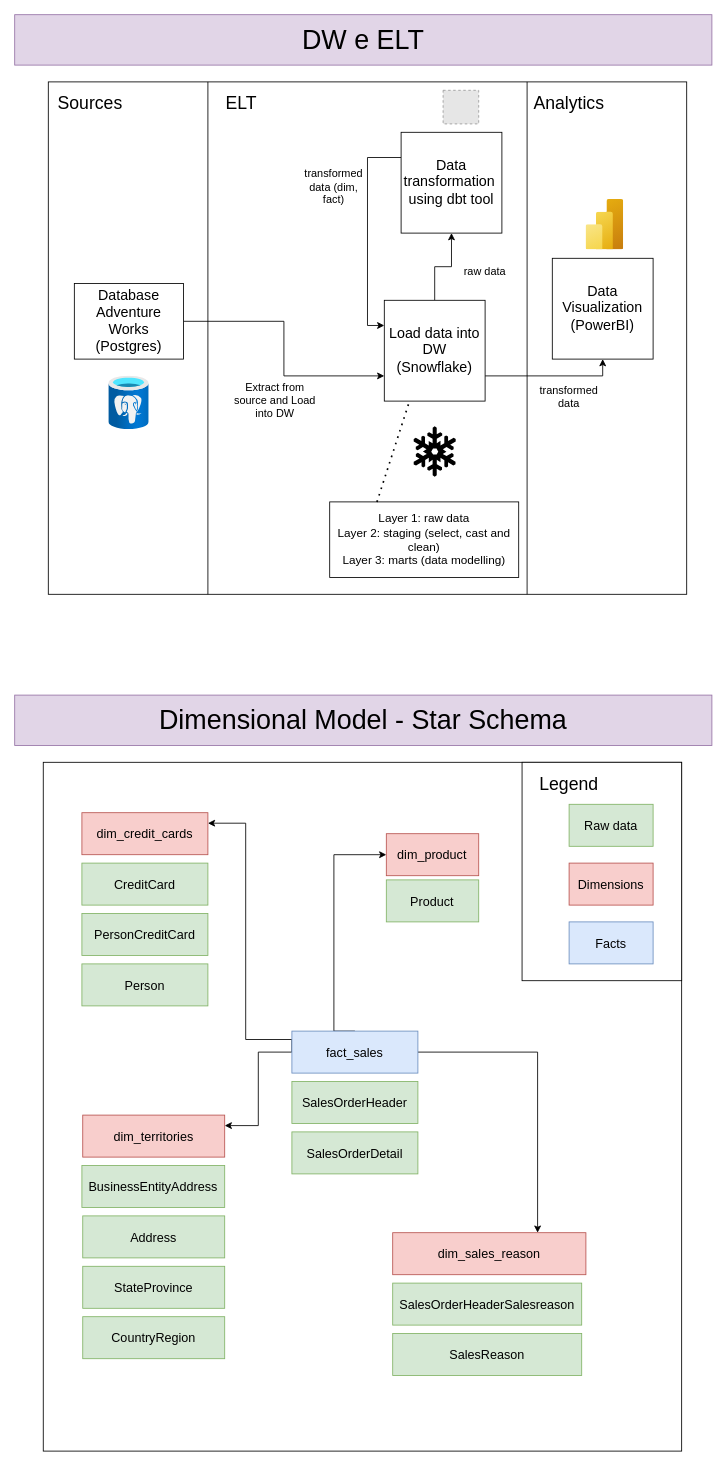
Before: conceptual_model.drawio in willianmenegatt/adventure-works, a draw.io diagram. Source tidied: cells renumbered, new cells numbered last; positions are measured from the earlier drawing's top-left corner, leaving out a move shared by most shapes. Both pictures are drawn from the tidied source at 84%, with x=0, y=0 at pixel (14, 14). Pictures stored in the file or linked from it are replaced by grey dashed boxes.
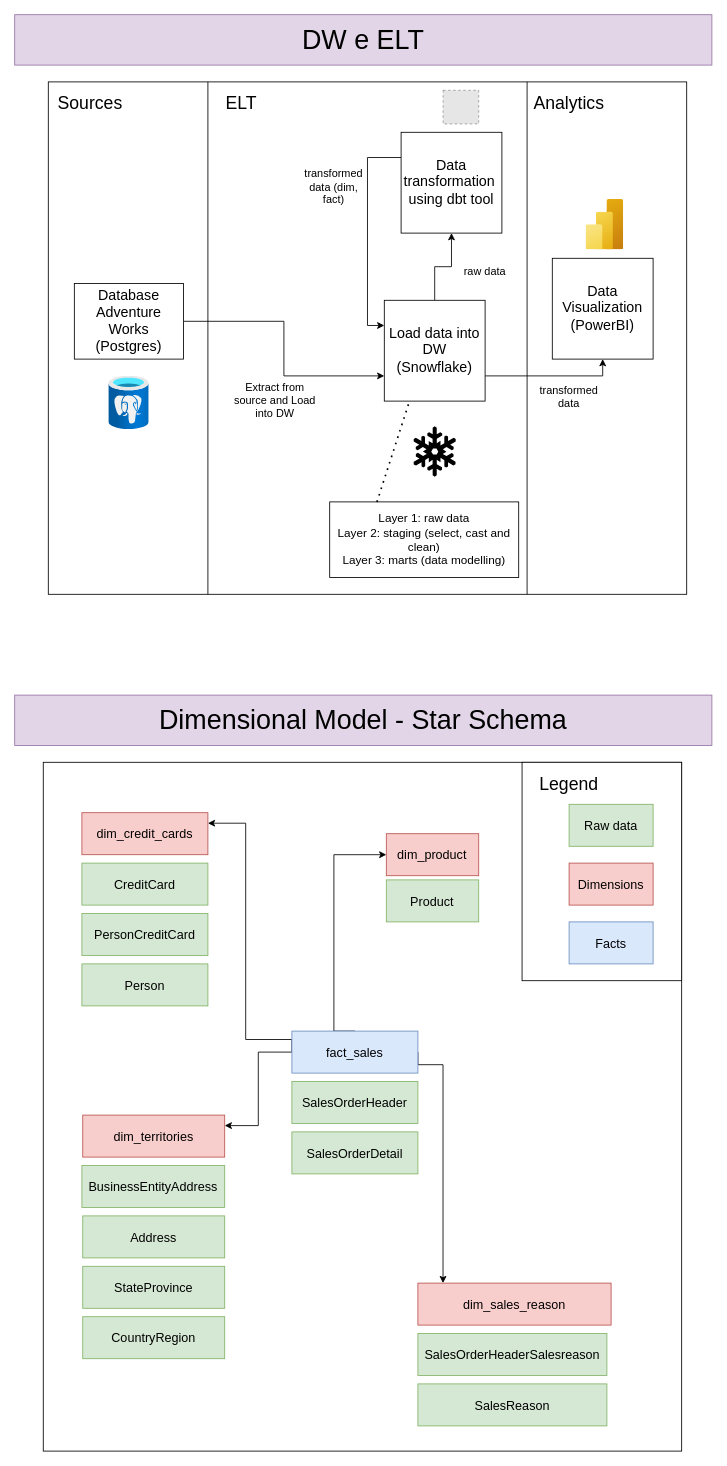
After the change.

Unchanged cells that the change refers to:
```xml
<mxCell id="38" value="fact_sales" style="html=1;dashed=0;whiteSpace=wrap;fontSize=15;fillColor=#dae8fc;strokeColor=#6c8ebf;" parent="1" vertex="1">
  <mxGeometry x="330" y="1210" width="150" height="50" as="geometry" />
</mxCell>
```

The edit, as a diff of the source:
```diff
@@
-    <mxCell id="37" style="edgeStyle=orthogonalEdgeStyle;rounded=0;jettySize=auto;html=1;exitX=1;exitY=0.5;exitDx=0;exitDy=0;entryX=0.75;entryY=0;entryDx=0;entryDy=0;" parent="1" edge="1" source="38" target="44">
-      <mxGeometry relative="1" as="geometry" />
+    <mxCell id="37" style="edgeStyle=orthogonalEdgeStyle;rounded=0;jettySize=auto;html=1;exitX=1;exitY=0.5;exitDx=0;exitDy=0;entryX=0.13;entryY=0;entryDx=0;entryDy=0;entryPerimeter=0;" parent="1" edge="1" source="38" target="44">
+      <mxGeometry relative="1" as="geometry">
+        <Array as="points">
+          <mxPoint x="480" y="1250" />
+          <mxPoint x="510" y="1250" />
+        </Array>
+      </mxGeometry>
     </mxCell>
@@
     <mxCell id="44" value="dim_sales_reason" style="html=1;dashed=0;whiteSpace=wrap;fontSize=15;fillColor=#f8cecc;strokeColor=#b85450;" parent="1" vertex="1">
-      <mxGeometry x="450" y="1450" width="230" height="50" as="geometry" />
+      <mxGeometry x="480" y="1510" width="230" height="50" as="geometry" />
     </mxCell>
     <mxCell id="45" value="SalesOrderHeaderSalesreason" style="html=1;dashed=0;whiteSpace=wrap;fontSize=15;fillColor=#d5e8d4;strokeColor=#82b366;" parent="1" vertex="1">
-      <mxGeometry x="450" y="1510" width="225" height="50" as="geometry" />
+      <mxGeometry x="480" y="1570" width="225" height="50" as="geometry" />
     </mxCell>
@@
     <mxCell id="48" value="SalesReason" style="html=1;dashed=0;whiteSpace=wrap;fontSize=15;fillColor=#d5e8d4;strokeColor=#82b366;" parent="1" vertex="1">
-      <mxGeometry x="450" y="1570" width="225" height="50" as="geometry" />
+      <mxGeometry x="480" y="1630" width="225" height="50" as="geometry" />
     </mxCell>
```
